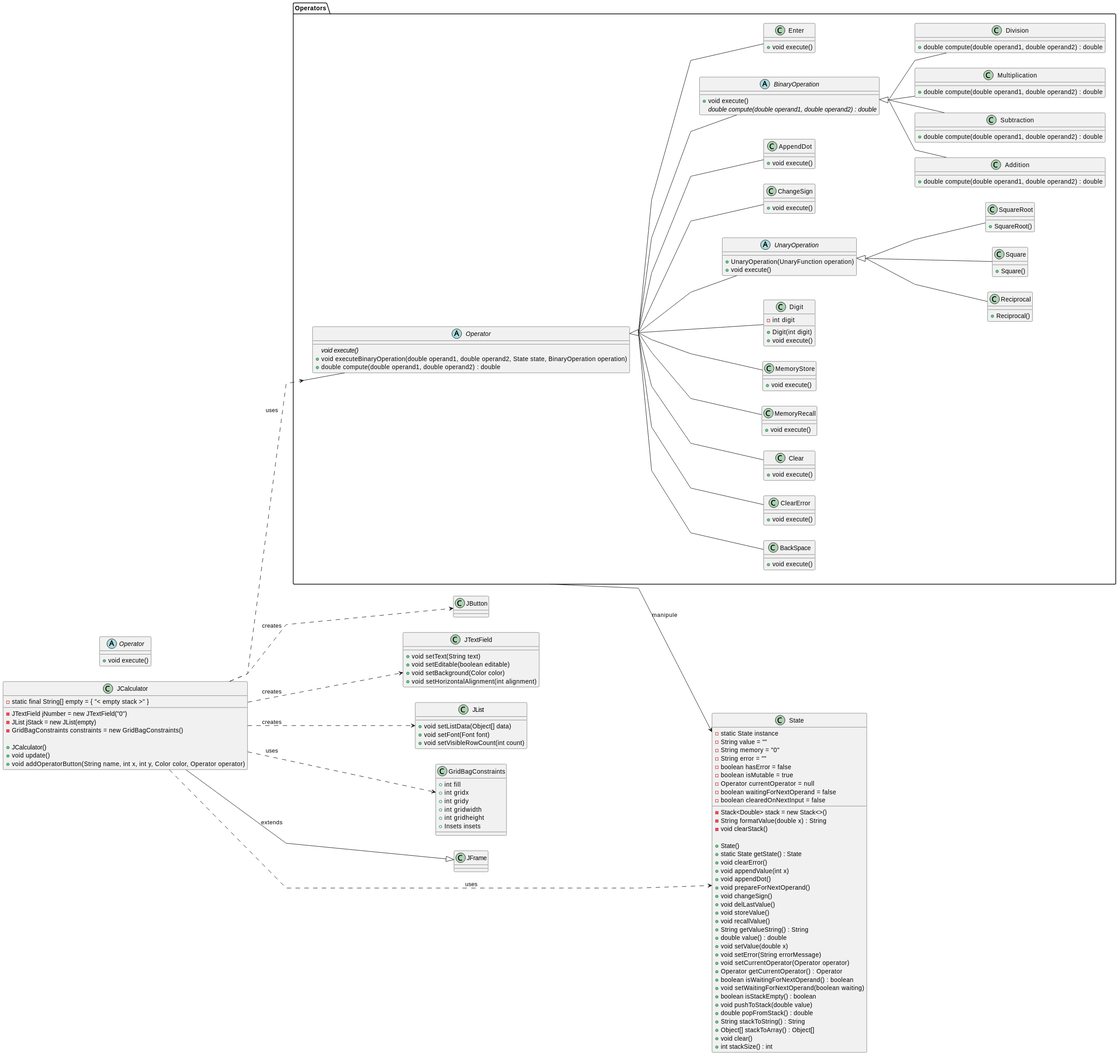
Earlier version of the PlantUML export UML_Diagrams/diagram_final.svg (Dansnts/POO-Labo7).
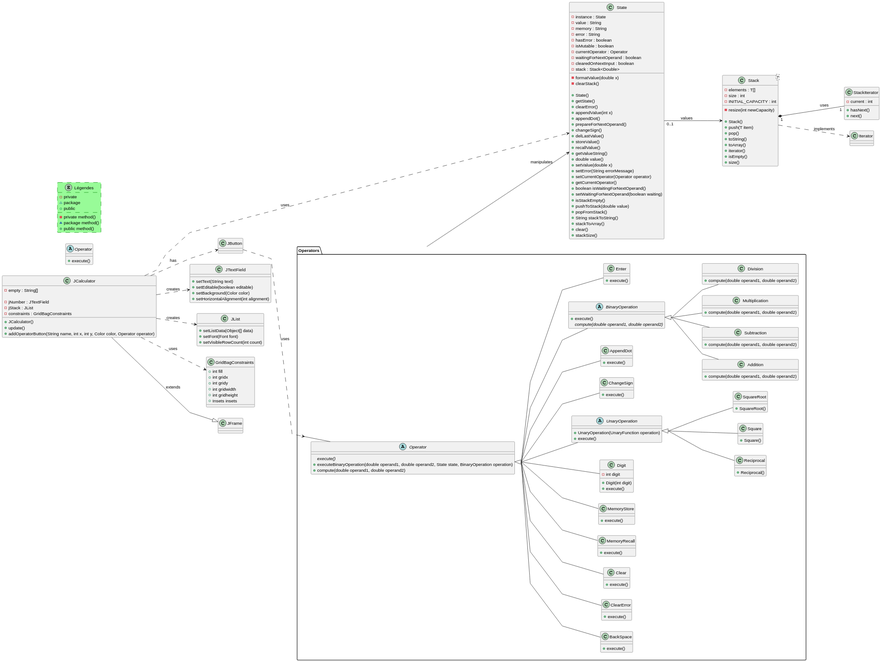
Above is the later version.

What changed in the source:
```diff
@@ -2,4 +2,15 @@
 !include Operator_uml.puml
 !include State_uml.puml
 !include JCalculator_uml.puml
+!include Stack_uml.puml
+entity Légendes #palegreen ##[dashed]green{
+- private
+-private method()
+~ package
+~ package method()
++ public
++ public method()
+}
+State "0..1"-->Stack : values
+Operators --> State : "manipulates"
 @enduml
```
